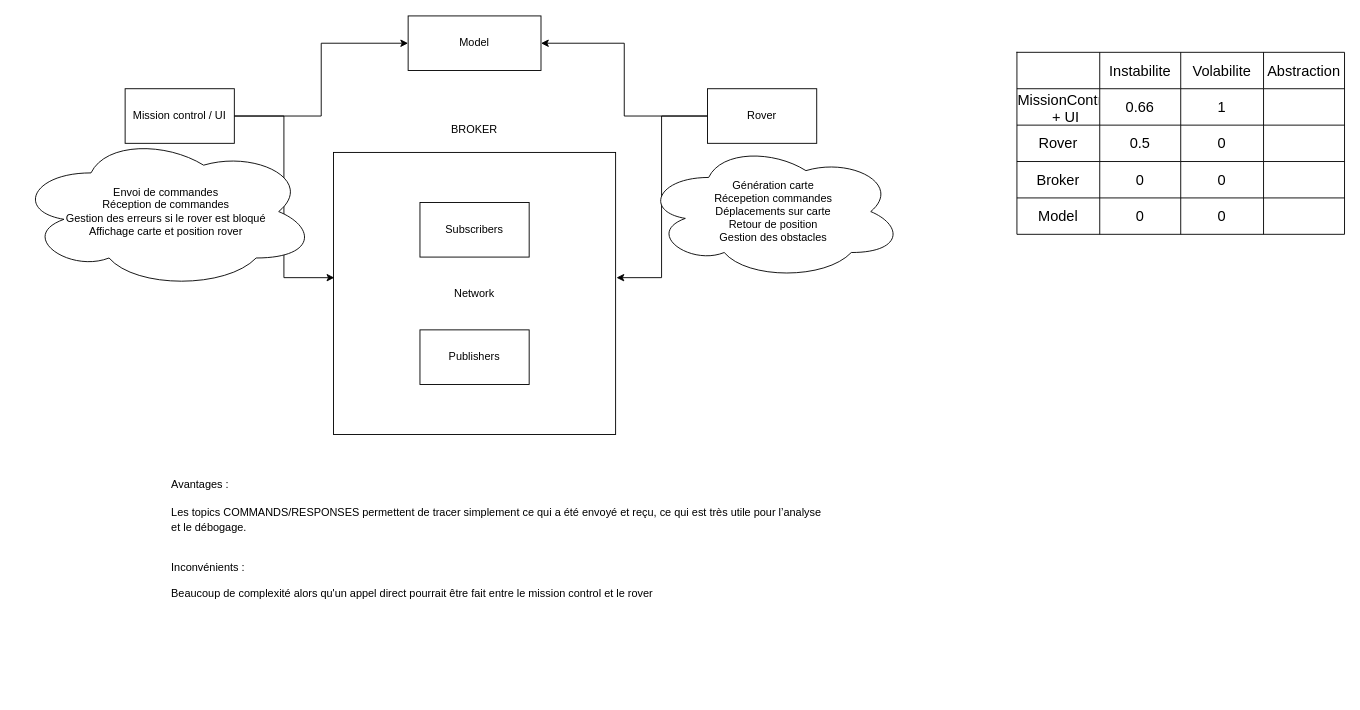
Above: page "Schéma" (2 of 2) of schema.drawio in pvayssier/archi_logiciel (draw.io), before the change. Source tidied: cells renumbered, new cells numbered last; positions are measured from the earlier drawing's top-left corner, leaving out a move shared by most shapes. Both pictures are drawn from the tidied source at 91%, with x=0, y=0 at pixel (15, 15).
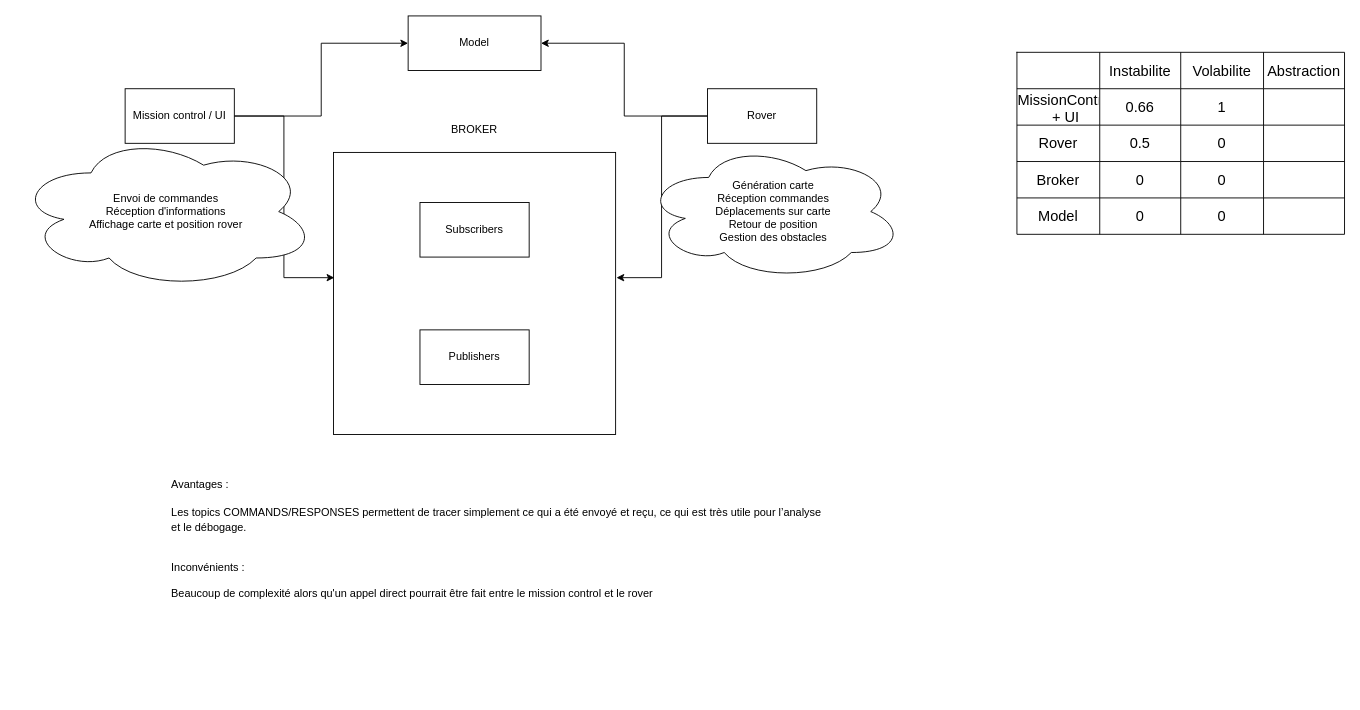
Above is the later version.

Commit message:
Mettre à jour schema.drawio

Change to the diagram source:
```diff
@@
-    <mxCell id="2" value="Network" style="rounded=0;whiteSpace=wrap;html=1;" parent="1" vertex="1">
+    <mxCell id="2" style="rounded=0;whiteSpace=wrap;html=1;" parent="1" vertex="1">
       <mxGeometry x="349" y="150" width="310" height="310" as="geometry" />
     </mxCell>
@@
-    <mxCell id="13" value="Envoi de commandes&lt;div&gt;Réception de commandes&lt;/div&gt;&lt;div&gt;Gestion des erreurs si le rover est bloqué&lt;/div&gt;&lt;div&gt;Affichage carte et position rover&lt;/div&gt;" style="ellipse;shape=cloud;whiteSpace=wrap;html=1;" parent="1" vertex="1">
+    <mxCell id="13" value="Envoi de commandes&lt;div&gt;Réception d'informations&lt;/div&gt;&lt;div&gt;Affichage carte et position rover&lt;/div&gt;" style="ellipse;shape=cloud;whiteSpace=wrap;html=1;" parent="1" vertex="1">
       <mxGeometry y="130" width="330" height="170" as="geometry" />
     </mxCell>
-    <mxCell id="14" value="Génération carte&lt;div&gt;Récepetion commandes&lt;/div&gt;&lt;div&gt;Déplacements sur carte&lt;br&gt;Retour de position&lt;/div&gt;&lt;div&gt;Gestion des obstacles&lt;/div&gt;" style="ellipse;shape=cloud;whiteSpace=wrap;html=1;" parent="1" vertex="1">
+    <mxCell id="14" value="Génération carte&lt;div&gt;Réception commandes&lt;/div&gt;&lt;div&gt;Déplacements sur carte&lt;br&gt;Retour de position&lt;/div&gt;&lt;div&gt;Gestion des obstacles&lt;/div&gt;" style="ellipse;shape=cloud;whiteSpace=wrap;html=1;" parent="1" vertex="1">
       <mxGeometry x="690" y="140" width="285" height="150" as="geometry" />
     </mxCell>
```
